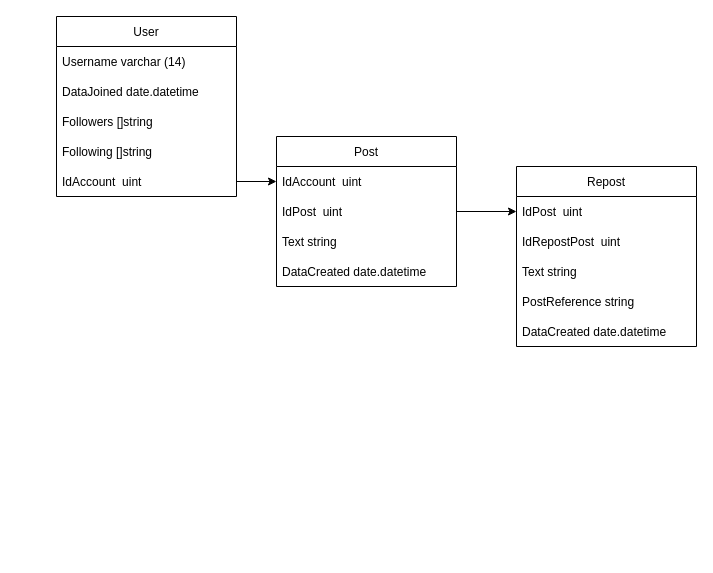
Earlier version of the draw.io diagram docs/modelling/DatabaseModelling.drawio (LulianoM/TwitterApiModeling). Source tidied: cells renumbered, new cells numbered last; positions are measured from the earlier drawing's top-left corner, leaving out a move shared by most shapes. Both pictures are drawn from the tidied source at 100%, with x=0, y=0 at pixel (56, 16).
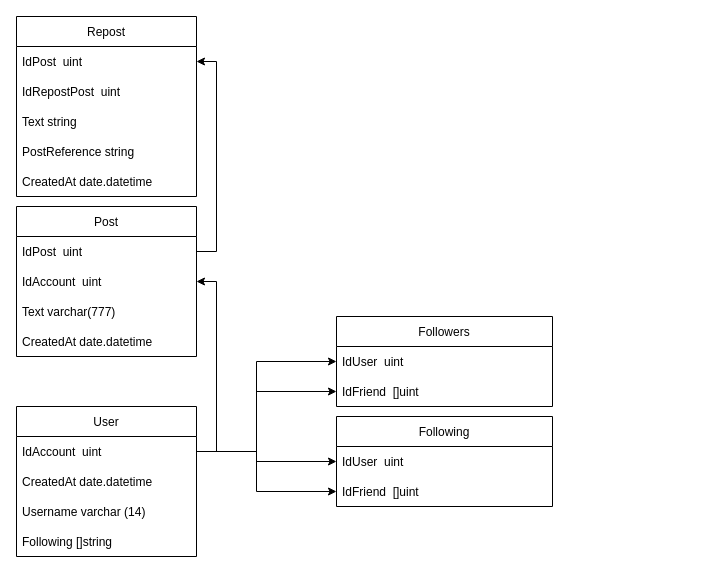
Above is the later version.

Commit message (it also covers changes not shown here):
FOLLOW-001-Remodeling-All-Database

The change refers to these unchanged cells:
```xml
<mxCell id="15" value="IdPost  uint" style="text;strokeColor=none;fillColor=none;align=left;verticalAlign=middle;spacingLeft=4;spacingRight=4;overflow=hidden;points=[[0,0.5],[1,0.5]];portConstraint=eastwest;" parent="14" vertex="1">
  <mxGeometry y="30" width="180" height="30" as="geometry" />
</mxCell>
```

Diff of the diagram source:
```diff
@@
-    <mxCell id="2" value="User" style="swimlane;fontStyle=0;horizontal=1;startSize=30;" parent="1" vertex="1">
-      <mxGeometry width="180" height="180" as="geometry" />
-    </mxCell>
-    <mxCell id="3" value="Username varchar (14)" style="text;strokeColor=none;fillColor=none;align=left;verticalAlign=middle;spacingLeft=4;spacingRight=4;overflow=hidden;" parent="2" vertex="1">
-      <mxGeometry y="30" width="180" height="30" as="geometry" />
-    </mxCell>
-    <mxCell id="4" value="DataJoined date.datetime" style="text;strokeColor=none;fillColor=none;align=left;verticalAlign=middle;spacingLeft=4;spacingRight=4;overflow=hidden;" parent="2" vertex="1">
-      <mxGeometry y="60" width="180" height="30" as="geometry" />
-    </mxCell>
-    <mxCell id="5" value="Followers []string" style="text;strokeColor=none;fillColor=none;align=left;verticalAlign=middle;spacingLeft=4;spacingRight=4;overflow=hidden;" parent="2" vertex="1">
-      <mxGeometry y="90" width="180" height="30" as="geometry" />
-    </mxCell>
-    <mxCell id="6" value="Following []string" style="text;strokeColor=none;fillColor=none;align=left;verticalAlign=middle;spacingLeft=4;spacingRight=4;overflow=hidden;" parent="2" vertex="1">
-      <mxGeometry y="120" width="180" height="30" as="geometry" />
-    </mxCell>
-    <mxCell id="7" value="IdAccount  uint" style="text;strokeColor=none;fillColor=none;align=left;verticalAlign=middle;spacingLeft=4;spacingRight=4;overflow=hidden;points=[[0,0.5],[1,0.5]];portConstraint=eastwest;" parent="2" vertex="1">
-      <mxGeometry y="150" width="180" height="30" as="geometry" />
-    </mxCell>
-    <mxCell id="8" value="Post" style="swimlane;fontStyle=0;horizontal=1;startSize=30;" parent="1" vertex="1">
-      <mxGeometry x="220" y="120" width="180" height="150" as="geometry" />
-    </mxCell>
-    <mxCell id="9" value="IdAccount  uint" style="text;strokeColor=none;fillColor=none;align=left;verticalAlign=middle;spacingLeft=4;spacingRight=4;overflow=hidden;points=[[0,0.5],[1,0.5]];portConstraint=eastwest;" parent="8" vertex="1">
-      <mxGeometry y="30" width="180" height="30" as="geometry" />
-    </mxCell>
-    <mxCell id="10" value="IdPost  uint" style="text;strokeColor=none;fillColor=none;align=left;verticalAlign=middle;spacingLeft=4;spacingRight=4;overflow=hidden;points=[[0,0.5],[1,0.5]];portConstraint=eastwest;" parent="8" vertex="1">
-      <mxGeometry y="60" width="180" height="30" as="geometry" />
-    </mxCell>
-    <mxCell id="11" value="Text string" style="text;strokeColor=none;fillColor=none;align=left;verticalAlign=middle;spacingLeft=4;spacingRight=4;overflow=hidden;" parent="8" vertex="1">
-      <mxGeometry y="90" width="180" height="30" as="geometry" />
-    </mxCell>
-    <mxCell id="12" value="DataCreated date.datetime" style="text;strokeColor=none;fillColor=none;align=left;verticalAlign=middle;spacingLeft=4;spacingRight=4;overflow=hidden;" parent="8" vertex="1">
-      <mxGeometry y="120" width="180" height="30" as="geometry" />
-    </mxCell>
-    <mxCell id="13" style="edgeStyle=none;html=1;exitX=1;exitY=0.5;exitDx=0;exitDy=0;entryX=0;entryY=0.5;entryDx=0;entryDy=0;" parent="1" edge="1" source="7" target="9">
-      <mxGeometry relative="1" as="geometry" />
-    </mxCell>
     <mxCell id="14" value="Repost" style="swimlane;fontStyle=0;horizontal=1;startSize=30;" parent="1" vertex="1">
-      <mxGeometry x="460" y="150" width="180" height="180" as="geometry" />
+      <mxGeometry x="-40" width="180" height="180" as="geometry" />
     </mxCell>
@@
-    <mxCell id="19" value="DataCreated date.datetime" style="text;strokeColor=none;fillColor=none;align=left;verticalAlign=middle;spacingLeft=4;spacingRight=4;overflow=hidden;" parent="14" vertex="1">
+    <mxCell id="19" value="CreatedAt date.datetime" style="text;strokeColor=none;fillColor=none;align=left;verticalAlign=middle;spacingLeft=4;spacingRight=4;overflow=hidden;" parent="14" vertex="1">
       <mxGeometry y="150" width="180" height="30" as="geometry" />
     </mxCell>
+    <mxCell id="2" value="User" style="swimlane;fontStyle=0;horizontal=1;startSize=30;" parent="1" vertex="1">
+      <mxGeometry x="-40" y="390" width="180" height="150" as="geometry" />
+    </mxCell>
+    <mxCell id="9" value="IdAccount  uint" style="text;strokeColor=none;fillColor=none;align=left;verticalAlign=middle;spacingLeft=4;spacingRight=4;overflow=hidden;points=[[0,0.5],[1,0.5]];portConstraint=eastwest;" parent="2" vertex="1">
+      <mxGeometry y="30" width="180" height="30" as="geometry" />
+    </mxCell>
+    <mxCell id="21" value="CreatedAt date.datetime" style="text;strokeColor=none;fillColor=none;align=left;verticalAlign=middle;spacingLeft=4;spacingRight=4;overflow=hidden;" parent="2" vertex="1">
+      <mxGeometry y="60" width="180" height="30" as="geometry" />
+    </mxCell>
+    <mxCell id="3" value="Username varchar (14)" style="text;strokeColor=none;fillColor=none;align=left;verticalAlign=middle;spacingLeft=4;spacingRight=4;overflow=hidden;" parent="2" vertex="1">
+      <mxGeometry y="90" width="180" height="30" as="geometry" />
+    </mxCell>
+    <mxCell id="6" value="Following []string" style="text;strokeColor=none;fillColor=none;align=left;verticalAlign=middle;spacingLeft=4;spacingRight=4;overflow=hidden;" parent="2" vertex="1">
+      <mxGeometry y="120" width="180" height="30" as="geometry" />
+    </mxCell>
+    <mxCell id="8" value="Post" style="swimlane;fontStyle=0;horizontal=1;startSize=30;" parent="1" vertex="1">
+      <mxGeometry x="-40" y="190" width="180" height="150" as="geometry" />
+    </mxCell>
+    <mxCell id="10" value="IdPost  uint" style="text;strokeColor=none;fillColor=none;align=left;verticalAlign=middle;spacingLeft=4;spacingRight=4;overflow=hidden;points=[[0,0.5],[1,0.5]];portConstraint=eastwest;" parent="8" vertex="1">
+      <mxGeometry y="30" width="180" height="30" as="geometry" />
+    </mxCell>
+    <mxCell id="7" value="IdAccount  uint" style="text;strokeColor=none;fillColor=none;align=left;verticalAlign=middle;spacingLeft=4;spacingRight=4;overflow=hidden;points=[[0,0.5],[1,0.5]];portConstraint=eastwest;" parent="8" vertex="1">
+      <mxGeometry y="60" width="180" height="30" as="geometry" />
+    </mxCell>
+    <mxCell id="22" value="Text varchar(777)" style="text;strokeColor=none;fillColor=none;align=left;verticalAlign=middle;spacingLeft=4;spacingRight=4;overflow=hidden;" parent="8" vertex="1">
+      <mxGeometry y="90" width="180" height="30" as="geometry" />
+    </mxCell>
+    <mxCell id="23" value="CreatedAt date.datetime" style="text;strokeColor=none;fillColor=none;align=left;verticalAlign=middle;spacingLeft=4;spacingRight=4;overflow=hidden;" parent="8" vertex="1">
+      <mxGeometry y="120" width="180" height="30" as="geometry" />
+    </mxCell>
+    <mxCell id="24" style="edgeStyle=orthogonalEdgeStyle;rounded=0;jettySize=auto;html=1;entryX=1;entryY=0.5;entryDx=0;entryDy=0;" parent="1" edge="1" source="9" target="7">
+      <mxGeometry relative="1" as="geometry">
+        <Array as="points">
+          <mxPoint x="160" y="435" />
+          <mxPoint x="160" y="265" />
+        </Array>
+      </mxGeometry>
+    </mxCell>
-    <mxCell id="20" style="edgeStyle=none;html=1;entryX=0;entryY=0.5;entryDx=0;entryDy=0;" parent="1" edge="1" source="10" target="15">
-      <mxGeometry relative="1" as="geometry" />
+    <mxCell id="20" style="edgeStyle=orthogonalEdgeStyle;rounded=0;jettySize=auto;html=1;entryX=1;entryY=0.5;entryDx=0;entryDy=0;" parent="1" edge="1" source="10" target="15">
+      <mxGeometry relative="1" as="geometry">
+        <Array as="points">
+          <mxPoint x="160" y="235" />
+          <mxPoint x="160" y="45" />
+        </Array>
+      </mxGeometry>
     </mxCell>
+    <mxCell id="25" value="Followers" style="swimlane;fontStyle=0;horizontal=1;startSize=30;" parent="1" vertex="1">
+      <mxGeometry x="280" y="300" width="216" height="90" as="geometry" />
+    </mxCell>
+    <mxCell id="26" value="IdUser  uint" style="text;strokeColor=none;fillColor=none;align=left;verticalAlign=middle;spacingLeft=4;spacingRight=4;overflow=hidden;points=[[0,0.5],[1,0.5]];portConstraint=eastwest;" parent="25" vertex="1">
+      <mxGeometry y="30" width="216" height="30" as="geometry" />
+    </mxCell>
+    <mxCell id="27" value="IdFriend  []uint" style="text;strokeColor=none;fillColor=none;align=left;verticalAlign=middle;spacingLeft=4;spacingRight=4;overflow=hidden;points=[[0,0.5],[1,0.5]];portConstraint=eastwest;" parent="25" vertex="1">
+      <mxGeometry y="60" width="216" height="30" as="geometry" />
+    </mxCell>
+    <mxCell id="28" style="edgeStyle=orthogonalEdgeStyle;rounded=0;jettySize=auto;html=1;entryX=0;entryY=0.5;entryDx=0;entryDy=0;" parent="1" edge="1" source="9" target="26">
+      <mxGeometry relative="1" as="geometry">
+        <Array as="points">
+          <mxPoint x="200" y="435" />
+          <mxPoint x="200" y="345" />
+        </Array>
+      </mxGeometry>
+    </mxCell>
+    <mxCell id="29" style="edgeStyle=orthogonalEdgeStyle;rounded=0;jettySize=auto;html=1;entryX=0;entryY=0.5;entryDx=0;entryDy=0;" parent="1" edge="1" source="9" target="27">
+      <mxGeometry relative="1" as="geometry">
+        <Array as="points">
+          <mxPoint x="200" y="435" />
+          <mxPoint x="200" y="375" />
+        </Array>
+      </mxGeometry>
+    </mxCell>
+    <mxCell id="30" value="Following" style="swimlane;fontStyle=0;horizontal=1;startSize=30;" parent="1" vertex="1">
+      <mxGeometry x="280" y="400" width="216" height="90" as="geometry" />
+    </mxCell>
+    <mxCell id="31" value="IdUser  uint" style="text;strokeColor=none;fillColor=none;align=left;verticalAlign=middle;spacingLeft=4;spacingRight=4;overflow=hidden;points=[[0,0.5],[1,0.5]];portConstraint=eastwest;" parent="30" vertex="1">
+      <mxGeometry y="30" width="216" height="30" as="geometry" />
+    </mxCell>
+    <mxCell id="32" value="IdFriend  []uint" style="text;strokeColor=none;fillColor=none;align=left;verticalAlign=middle;spacingLeft=4;spacingRight=4;overflow=hidden;points=[[0,0.5],[1,0.5]];portConstraint=eastwest;" parent="30" vertex="1">
+      <mxGeometry y="60" width="216" height="30" as="geometry" />
+    </mxCell>
+    <mxCell id="33" style="edgeStyle=orthogonalEdgeStyle;rounded=0;jettySize=auto;html=1;entryX=0;entryY=0.5;entryDx=0;entryDy=0;" parent="1" edge="1" source="9" target="31">
+      <mxGeometry relative="1" as="geometry">
+        <Array as="points">
+          <mxPoint x="200" y="435" />
+          <mxPoint x="200" y="445" />
+        </Array>
+      </mxGeometry>
+    </mxCell>
+    <mxCell id="34" style="edgeStyle=orthogonalEdgeStyle;rounded=0;jettySize=auto;html=1;entryX=0;entryY=0.5;entryDx=0;entryDy=0;" parent="1" edge="1" source="9" target="32">
+      <mxGeometry relative="1" as="geometry">
+        <Array as="points">
+          <mxPoint x="200" y="435" />
+          <mxPoint x="200" y="475" />
+        </Array>
+      </mxGeometry>
+    </mxCell>
```
